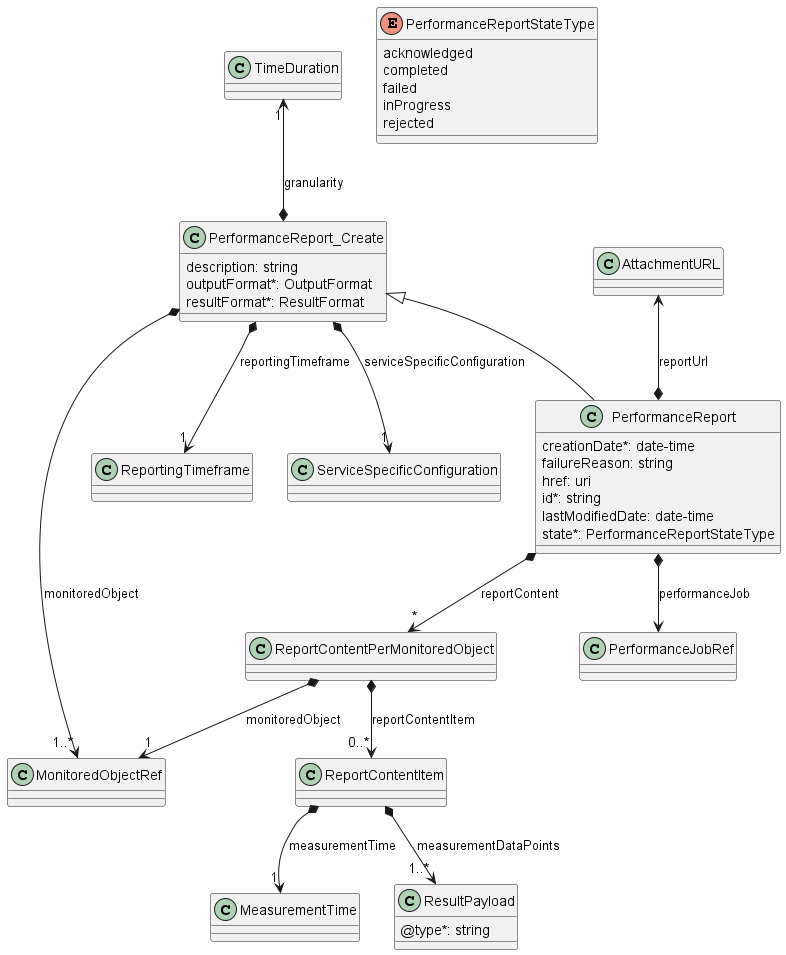
Above: documentation/serviceApi/pm/performance/media/performanceReportModel.png in MEF-GIT/MEF-LSO-Legato-SDK (PlantUML), before the change.
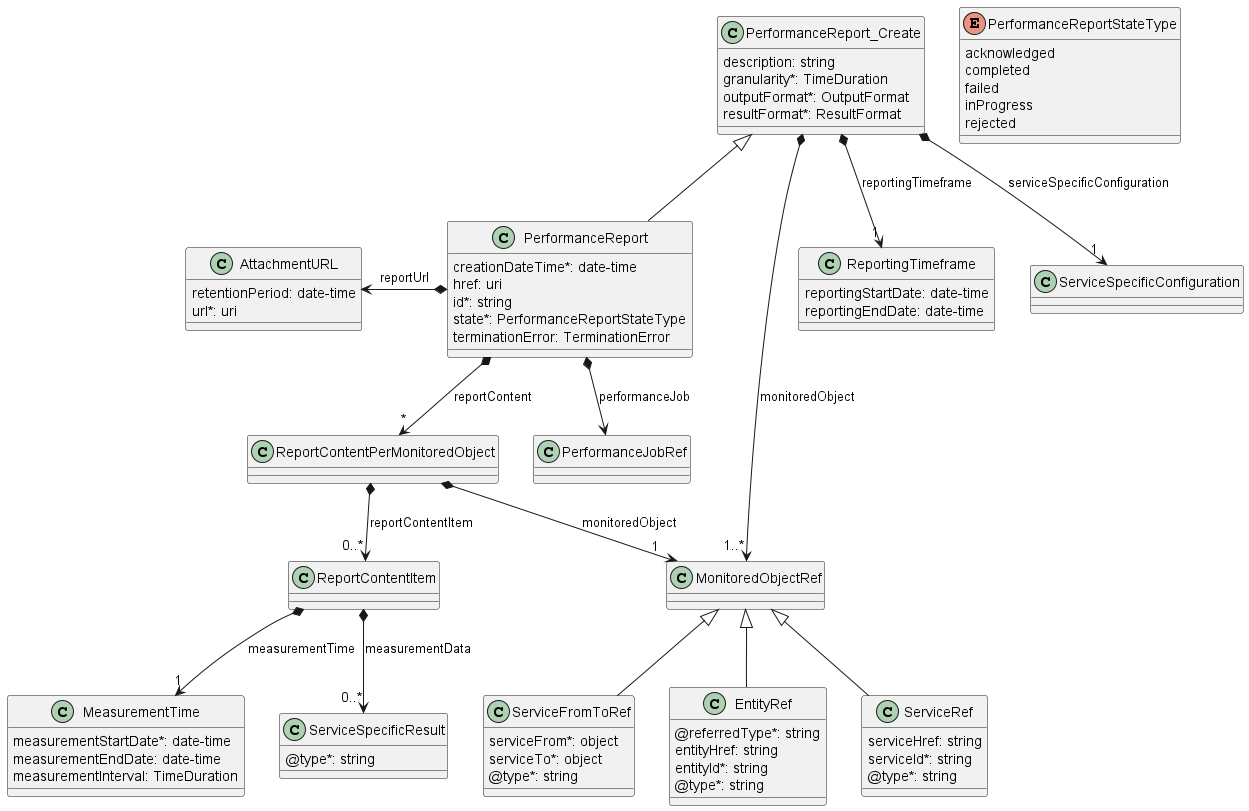
After the commit.

Change to the diagram source:
```diff
@@ -1,28 +1,25 @@
 @startuml performanceReportModel
 
 class PerformanceReport {
-
-    creationDate*: date-time
-    failureReason: string
+    creationDateTime*: date-time
     href: uri
     id*: string
-    lastModifiedDate: date-time
     state*: PerformanceReportStateType
+    terminationError: TerminationError
 }
 PerformanceReport_Create <|-- PerformanceReport
 
 PerformanceReport *--> PerformanceJobRef : performanceJob
 PerformanceReport *-->"*" ReportContentPerMonitoredObject : reportContent
-PerformanceReport *-u-> AttachmentURL : reportUrl
+PerformanceReport *-l-> AttachmentURL : reportUrl
 
 class PerformanceReport_Create {
-
     description: string
+    granularity*: TimeDuration
     outputFormat*: OutputFormat
     resultFormat*: ResultFormat
 }
 
-PerformanceReport_Create *-u->"1" TimeDuration : granularity
 PerformanceReport_Create *-->"1..*" MonitoredObjectRef : monitoredObject
 PerformanceReport_Create *-->"1" ReportingTimeframe : reportingTimeframe
 PerformanceReport_Create *-->"1" ServiceSpecificConfiguration : serviceSpecificConfiguration
@@ -39,10 +36,9 @@
 }
 
 ReportContentItem *-->"1" MeasurementTime : measurementTime
-ReportContentItem *-->"1..*" ResultPayload : measurementDataPoints
+ReportContentItem *-->"0..*" ServiceSpecificResult : measurementData
 
-class ResultPayload {
-
+class ServiceSpecificResult {
     @type*: string
 }
 
@@ -54,5 +50,47 @@
     rejected
 }
 
+class ReportingTimeframe {
+    reportingStartDate: date-time
+    reportingEndDate: date-time
+}
+
+class MeasurementTime {
+    measurementStartDate*: date-time
+    measurementEndDate: date-time
+    measurementInterval: TimeDuration
+}
+
+class AttachmentURL {
+    retentionPeriod: date-time
+    url*: uri
+}
+
+class MonitoredObjectRef {
+
+}
+
+class EntityRef {
+    @referredType*: string
+    entityHref: string
+    entityId*: string
+    @type*: string
+}
+
+class ServiceRef {
+    serviceHref: string
+    serviceId*: string
+    @type*: string
+}
+
+class ServiceFromToRef {
+    serviceFrom*: object
+    serviceTo*: object
+    @type*: string
+}
+
+MonitoredObjectRef <|-- EntityRef
+MonitoredObjectRef <|-- ServiceFromToRef
+MonitoredObjectRef <|-- ServiceRef
 
 @enduml
```
